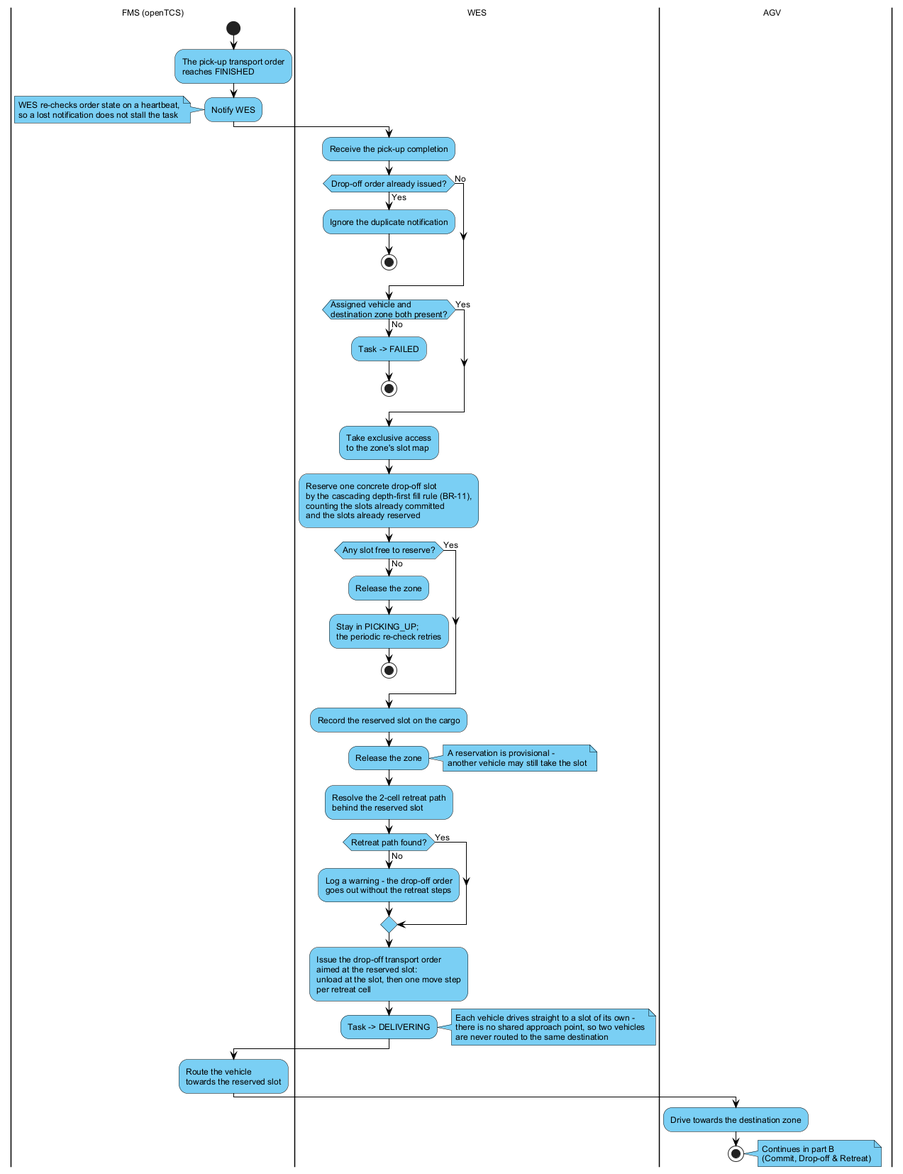
This is report/diagrams/mf-02a-reserve-aim.png from arishem51/wes, a PlantUML export, as it was before one commit. Its diagram source:
```plantuml
@startuml mf-02a-reserve-aim
skinparam backgroundColor #FFFFFF
skinparam defaultFontName Arial
skinparam defaultFontSize 12
skinparam swimlaneWidth 260
skinparam ArrowColor #000000
skinparam ActivityBorderColor #000000
skinparam ActivityBackgroundColor #7ACFF4
skinparam ActivityDiamondBorderColor #000000
skinparam ActivityDiamondBackgroundColor #7ACFF4
skinparam NoteBackgroundColor #7ACFF4
skinparam NoteBorderColor #000000

|FMS (openTCS)|
|WES|
|AGV|

|FMS (openTCS)|
start
:The pick-up transport order\nreaches FINISHED;
:Notify WES;
note left: WES re-checks order state on a heartbeat,\nso a lost notification does not stall the task

|WES|
:Receive the pick-up completion;
if (Drop-off order already issued?) then (Yes)
  :Ignore the duplicate notification;
  stop
else (No)
endif
if (Assigned vehicle and\ndestination zone both present?) then (No)
  :Task -> FAILED;
  stop
else (Yes)
endif
:Take exclusive access\nto the zone's slot map;
:Reserve one concrete drop-off slot\nby the cascading depth-first fill rule (BR-11),\ncounting the slots already committed\nand the slots already reserved;
if (Any slot free to reserve?) then (No)
  :Release the zone;
  :Stay in PICKING_UP;\nthe periodic re-check retries;
  stop
else (Yes)
endif
:Record the reserved slot on the cargo;
:Release the zone;
note right: A reservation is provisional -\nanother vehicle may still take the slot
:Resolve the 2-cell retreat path\nbehind the reserved slot;
if (Retreat path found?) then (No)
  :Log a warning - the drop-off order\ngoes out without the retreat steps;
else (Yes)
endif
:Issue the drop-off transport order\naimed at the reserved slot:\nunload at the slot, then one move step\nper retreat cell;
:Task -> DELIVERING;
note right: Each vehicle drives straight to a slot of its own -\nthere is no shared approach point, so two vehicles\nare never routed to the same destination

|FMS (openTCS)|
:Route the vehicle\ntowards the reserved slot;

|AGV|
:Drive towards the destination zone;
stop
note right: Continues in part B\n(Commit, Drop-off & Retreat)

@enduml
```
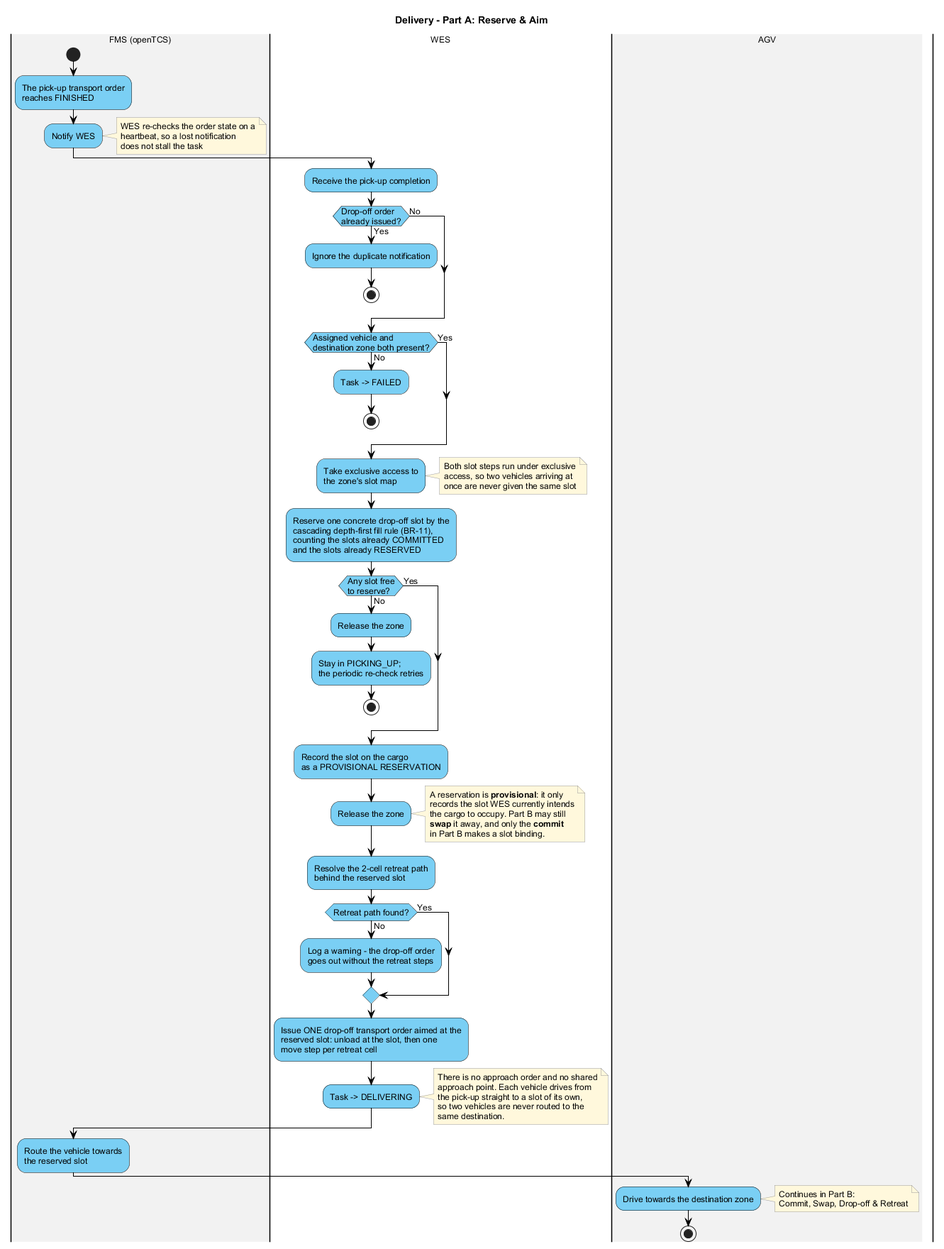
The same diagram one commit later.

Change to the diagram source:
```diff
@@ -8,22 +8,24 @@
 skinparam ActivityBackgroundColor #7ACFF4
 skinparam ActivityDiamondBorderColor #000000
 skinparam ActivityDiamondBackgroundColor #7ACFF4
-skinparam NoteBackgroundColor #7ACFF4
-skinparam NoteBorderColor #000000
+skinparam NoteBackgroundColor #FFF8DC
+skinparam NoteBorderColor #999999
 
-|FMS (openTCS)|
-|WES|
-|AGV|
+title Delivery - Part A: Reserve & Aim
 
-|FMS (openTCS)|
+|#F2F2F2|FMS (openTCS)|
 start
 :The pick-up transport order\nreaches FINISHED;
 :Notify WES;
-note left: WES re-checks order state on a heartbeat,\nso a lost notification does not stall the task
+note right
+  WES re-checks the order state on a
+  heartbeat, so a lost notification
+  does not stall the task
+end note
 
-|WES|
+|#FFFFFF|WES|
 :Receive the pick-up completion;
-if (Drop-off order already issued?) then (Yes)
+if (Drop-off order\nalready issued?) then (Yes)
   :Ignore the duplicate notification;
   stop
 else (No)
@@ -33,32 +35,52 @@
   stop
 else (Yes)
 endif
-:Take exclusive access\nto the zone's slot map;
-:Reserve one concrete drop-off slot\nby the cascading depth-first fill rule (BR-11),\ncounting the slots already committed\nand the slots already reserved;
-if (Any slot free to reserve?) then (No)
+:Take exclusive access to\nthe zone's slot map;
+note right
+  Both slot steps run under exclusive
+  access, so two vehicles arriving at
+  once are never given the same slot
+end note
+:Reserve one concrete drop-off slot by the\ncascading depth-first fill rule (BR-11),\ncounting the slots already COMMITTED\nand the slots already RESERVED;
+if (Any slot free\nto reserve?) then (No)
   :Release the zone;
   :Stay in PICKING_UP;\nthe periodic re-check retries;
   stop
 else (Yes)
 endif
-:Record the reserved slot on the cargo;
+:Record the slot on the cargo\nas a PROVISIONAL RESERVATION;
 :Release the zone;
-note right: A reservation is provisional -\nanother vehicle may still take the slot
+note right
+  A reservation is **provisional**: it only
+  records the slot WES currently intends
+  the cargo to occupy. Part B may still
+  **swap** it away, and only the **commit**
+  in Part B makes a slot binding.
+end note
 :Resolve the 2-cell retreat path\nbehind the reserved slot;
 if (Retreat path found?) then (No)
   :Log a warning - the drop-off order\ngoes out without the retreat steps;
 else (Yes)
 endif
-:Issue the drop-off transport order\naimed at the reserved slot:\nunload at the slot, then one move step\nper retreat cell;
+:Issue ONE drop-off transport order aimed at the\nreserved slot: unload at the slot, then one\nmove step per retreat cell;
 :Task -> DELIVERING;
-note right: Each vehicle drives straight to a slot of its own -\nthere is no shared approach point, so two vehicles\nare never routed to the same destination
+note right
+  There is no approach order and no shared
+  approach point. Each vehicle drives from
+  the pick-up straight to a slot of its own,
+  so two vehicles are never routed to the
+  same destination.
+end note
 
-|FMS (openTCS)|
-:Route the vehicle\ntowards the reserved slot;
+|#F2F2F2|FMS (openTCS)|
+:Route the vehicle towards\nthe reserved slot;
 
-|AGV|
+|#F2F2F2|AGV|
 :Drive towards the destination zone;
+note right
+  Continues in Part B:
+  Commit, Swap, Drop-off & Retreat
+end note
 stop
-note right: Continues in part B\n(Commit, Drop-off & Retreat)
 
 @enduml
```
